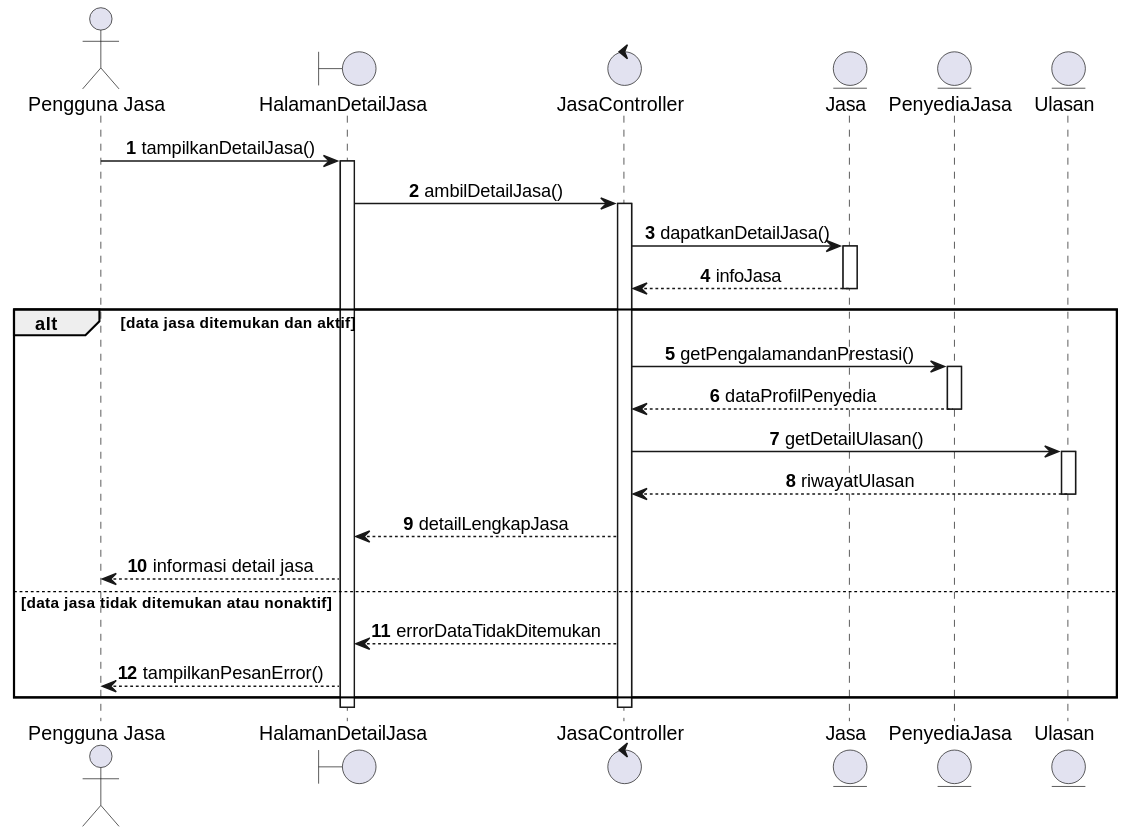
EdwTorch/IF2150-RPL-K01-G03 keeps this PlantUML diagram as docs/M7/assets/diagram/diagram-uc6.svg. Above is the earlier version. The source it was exported from:
```plantuml
@startuml
autonumber
skinparam sequenceMessageAlign center

actor "Pengguna Jasa" as PJ
boundary "HalamanDetailJasa" as HalDetail
control "JasaController" as Controller
entity "Jasa" as Jasa
entity "PenyediaJasa" as Penyedia
entity "Ulasan" as Ulasan

PJ -> HalDetail : tampilkanDetailJasa()
activate HalDetail

HalDetail -> Controller : ambilDetailJasa()
activate Controller

Controller -> Jasa : dapatkanDetailJasa()
activate Jasa
Jasa --> Controller : infoJasa
deactivate Jasa

alt data jasa ditemukan dan aktif
    Controller -> Penyedia : getPengalamandanPrestasi()
    activate Penyedia
    Penyedia --> Controller : dataProfilPenyedia
    deactivate Penyedia

    Controller -> Ulasan : getDetailUlasan()
    activate Ulasan
    Ulasan --> Controller : riwayatUlasan
    deactivate Ulasan

    Controller --> HalDetail : detailLengkapJasa
    HalDetail --> PJ : informasi detail jasa
else data jasa tidak ditemukan atau nonaktif
    Controller --> HalDetail : errorDataTidakDitemukan
    HalDetail --> PJ : tampilkanPesanError()
end

deactivate Controller
deactivate HalDetail
@enduml
```
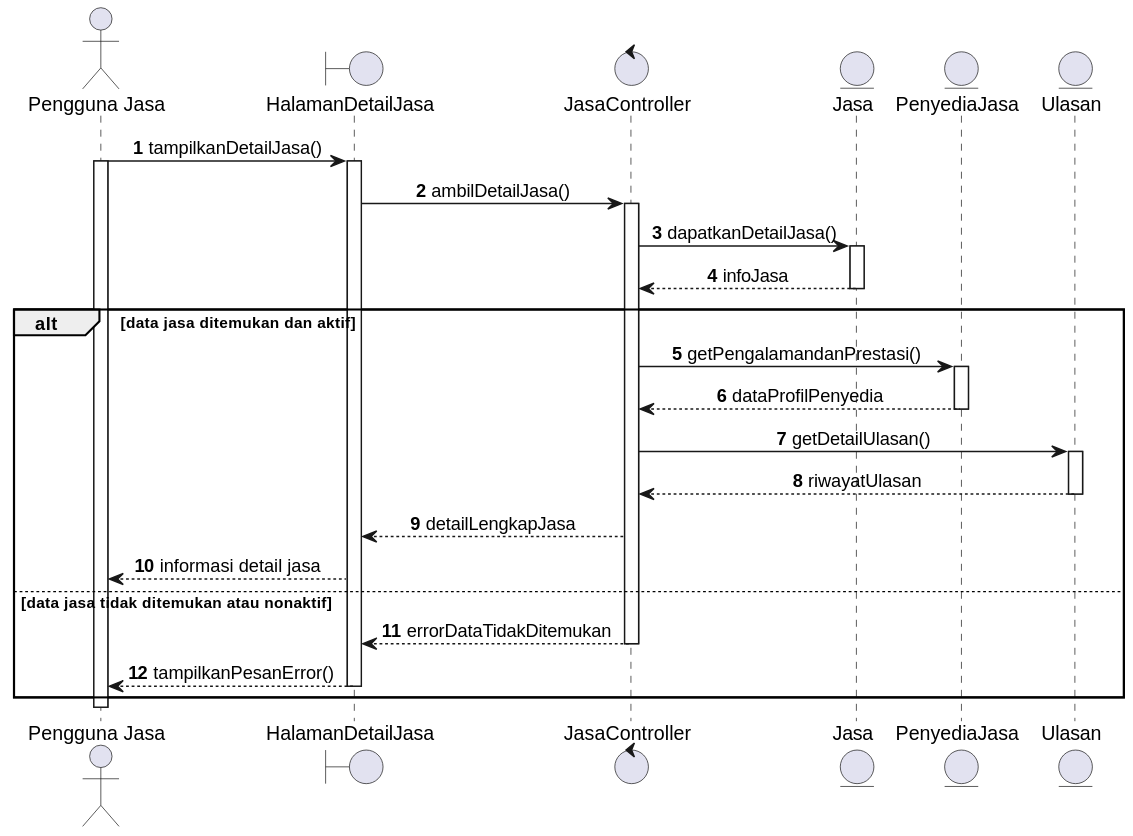
After the commit.

Commit message:
refactor: revisi sequence diagram

Diff of the diagram source:
```diff
@@ -10,6 +10,7 @@
 entity "Ulasan" as Ulasan
 
 PJ -> HalDetail : tampilkanDetailJasa()
+activate PJ
 activate HalDetail
 
 HalDetail -> Controller : ambilDetailJasa()
@@ -35,9 +36,10 @@
     HalDetail --> PJ : informasi detail jasa
 else data jasa tidak ditemukan atau nonaktif
     Controller --> HalDetail : errorDataTidakDitemukan
+    deactivate Controller
     HalDetail --> PJ : tampilkanPesanError()
+    deactivate HalDetail
 end
 
-deactivate Controller
-deactivate HalDetail
+deactivate PJ
 @enduml
```
